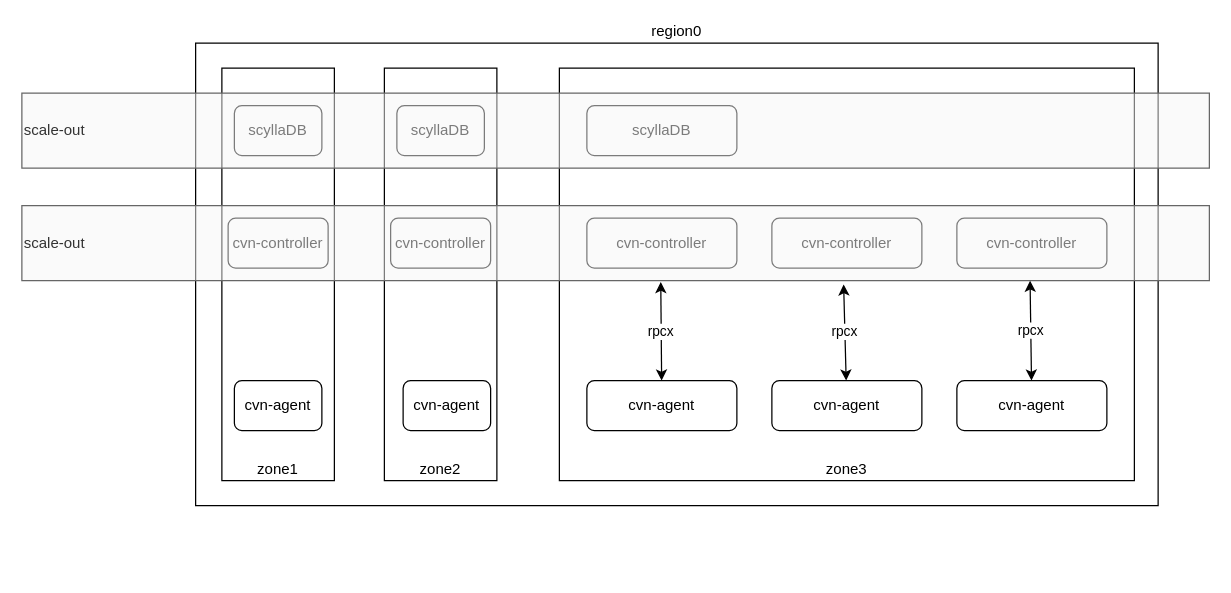
The draw.io diagram cvn.drawio in shenjiangc/openSDN, before the edit. Source tidied: cells renumbered, new cells numbered last; positions are measured from the earlier drawing's top-left corner, leaving out a move shared by most shapes. Both pictures are drawn from the tidied source at 125%, with x=0, y=0 at pixel (21, 42).
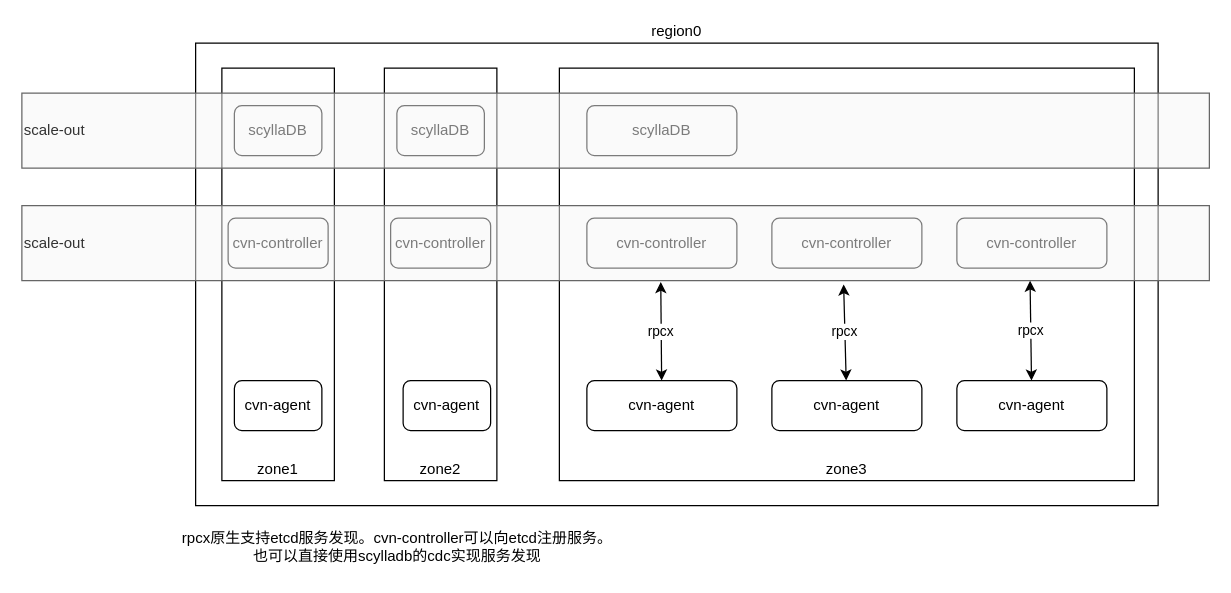
The same diagram, later.

The edit, as a diff of the source:
```diff
@@
+    <mxCell id="24" value="rpcx原生支持etcd服务发现。cvn-controller可以向etcd注册服务。&lt;br&gt;也可以直接使用scylladb的cdc实现服务发现&lt;br&gt;" style="text;html=1;align=center;verticalAlign=middle;strokeColor=none;fillColor=none;" parent="1" vertex="1">
+      <mxGeometry x="115" y="383" width="370" height="40" as="geometry" />
+    </mxCell>
```
